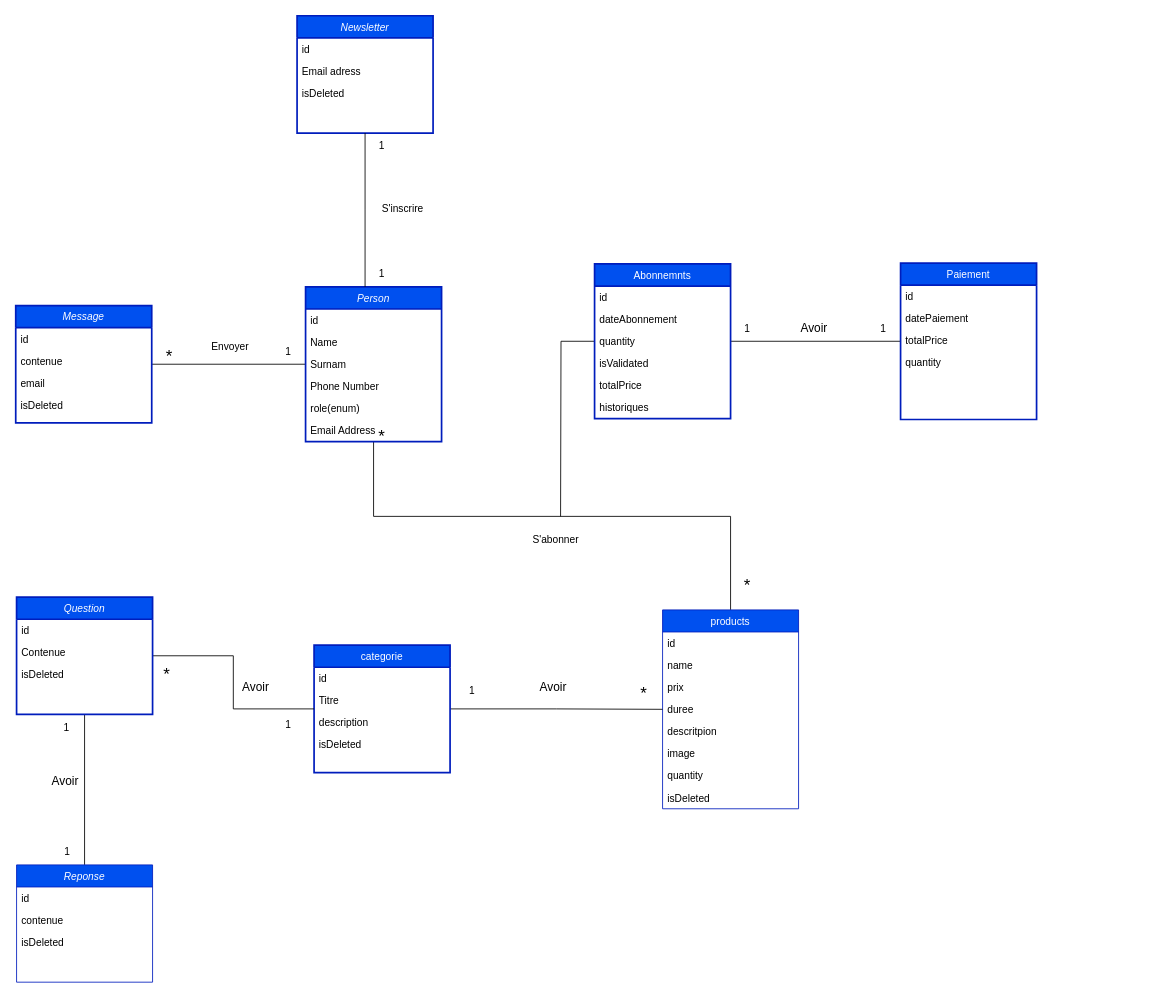
Earlier version of the draw.io diagram Diagramme sans nom.drawio (benbasse/Plateforme_streaming). Source tidied: cells renumbered, new cells numbered last; positions are measured from the earlier drawing's top-left corner, leaving out a move shared by most shapes. Both pictures are drawn from the tidied source at 85%, with x=0, y=0 at pixel (15, 15).
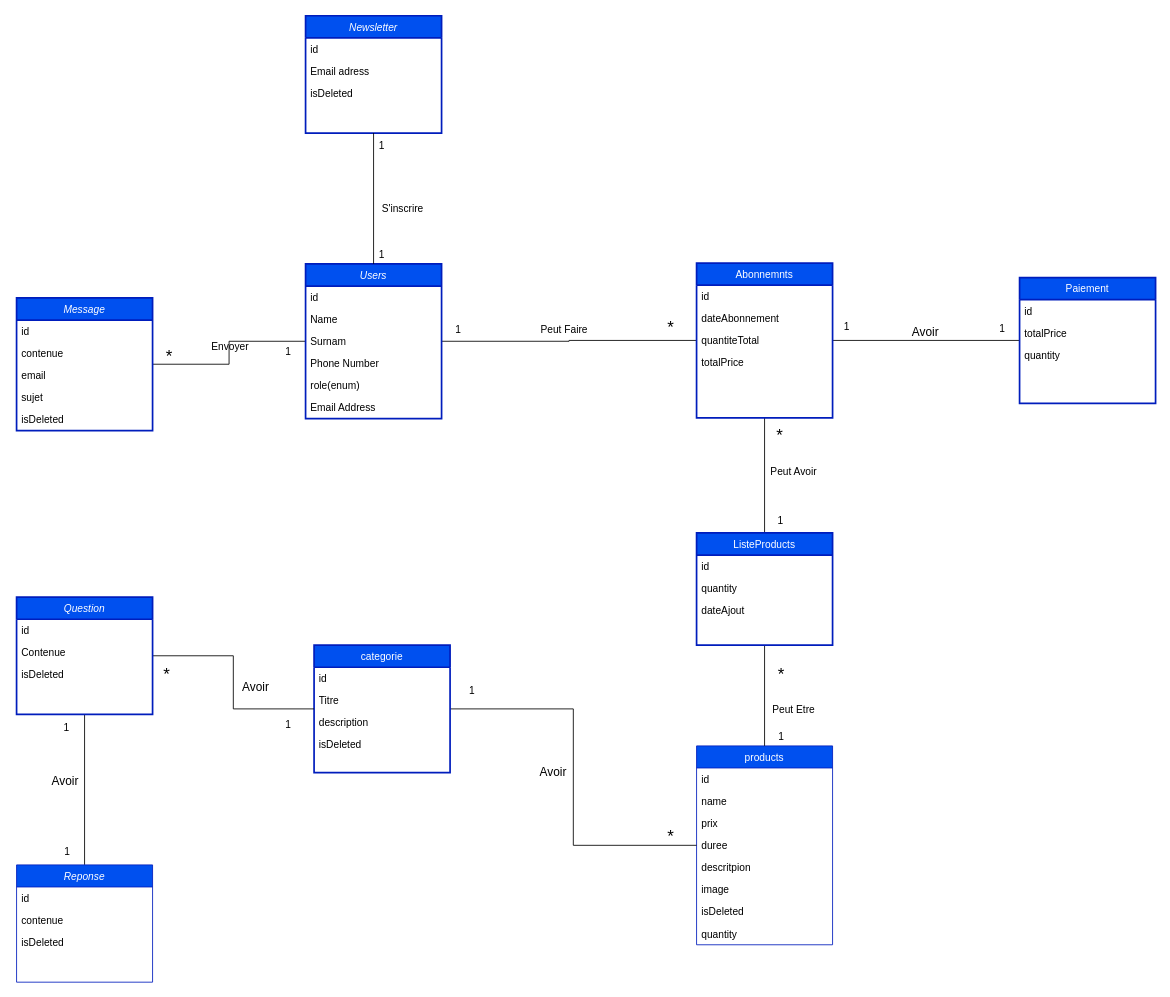
The same diagram, later.

Commit message:
Mettre à jour Diagramme sans nom.drawio

Diff of the diagram source:
```diff
@@
-    <mxCell id="3" style="edgeStyle=orthogonalEdgeStyle;rounded=0;jettySize=auto;html=1;endArrow=none;endFill=0;" parent="1" edge="1" source="4" target="11">
-      <mxGeometry relative="1" as="geometry">
-        <Array as="points">
-          <mxPoint x="421" y="589" />
-          <mxPoint x="841" y="589" />
-        </Array>
-      </mxGeometry>
-    </mxCell>
+    <mxCell id="81" style="edgeStyle=orthogonalEdgeStyle;rounded=0;jettySize=auto;html=1;endArrow=none;endFill=0;" parent="1" edge="1" source="4" target="22">
+      <mxGeometry relative="1" as="geometry" />
+    </mxCell>
-    <mxCell id="4" value="Person" style="swimlane;fontStyle=2;align=center;verticalAlign=top;horizontal=1;startSize=26;rounded=0;shadow=0;strokeWidth=2;fillColor=#0050ef;fontColor=#ffffff;strokeColor=#001DBC;" parent="1" vertex="1">
-      <mxGeometry x="341" y="319" width="160" height="182" as="geometry" />
+    <mxCell id="4" value="Users" style="swimlane;fontStyle=2;align=center;verticalAlign=top;horizontal=1;startSize=26;rounded=0;shadow=0;strokeWidth=2;fillColor=#0050ef;fontColor=#ffffff;strokeColor=#001DBC;" parent="1" vertex="1">
+      <mxGeometry x="341" y="292" width="160" height="182" as="geometry" />
     </mxCell>
@@
     <mxCell id="11" value="products" style="swimlane;fontStyle=0;align=center;verticalAlign=top;horizontal=1;startSize=26;rounded=0;shadow=0;strokeWidth=1;fillColor=#0050ef;fontColor=#ffffff;strokeColor=#001DBC;" parent="1" vertex="1">
-      <mxGeometry x="761" y="699" width="160" height="234" as="geometry" />
+      <mxGeometry x="801" y="859" width="160" height="234" as="geometry" />
     </mxCell>
@@
-    <mxCell id="18" value="quantity" style="text;align=left;verticalAlign=top;spacingLeft=4;spacingRight=4;overflow=hidden;" parent="11" vertex="1">
-      <mxGeometry y="182" width="160" height="26" as="geometry" />
-    </mxCell>
     <mxCell id="19" value="isDeleted" style="text;align=left;verticalAlign=top;spacingLeft=4;spacingRight=4;overflow=hidden;rounded=0;shadow=0;html=0;" parent="11" vertex="1">
-      <mxGeometry y="208" width="160" height="26" as="geometry" />
+      <mxGeometry y="182" width="160" height="26" as="geometry" />
     </mxCell>
-    <mxCell id="20" style="edgeStyle=orthogonalEdgeStyle;rounded=0;jettySize=auto;html=1;endArrow=none;endFill=0;" parent="1" edge="1" source="22">
-      <mxGeometry relative="1" as="geometry">
-        <mxPoint x="641" y="589" as="targetPoint" />
-      </mxGeometry>
-    </mxCell>
+    <mxCell id="82" value="quantity" style="text;align=left;verticalAlign=top;spacingLeft=4;spacingRight=4;overflow=hidden;rounded=0;shadow=0;html=0;" parent="11" vertex="1">
+      <mxGeometry y="208" width="160" height="26" as="geometry" />
+    </mxCell>
@@
+    <mxCell id="83" style="edgeStyle=orthogonalEdgeStyle;rounded=0;jettySize=auto;html=1;endArrow=none;endFill=0;" parent="1" edge="1" source="22" target="86">
+      <mxGeometry relative="1" as="geometry" />
+    </mxCell>
     <mxCell id="22" value="Abonnemnts" style="swimlane;fontStyle=0;align=center;verticalAlign=top;horizontal=1;startSize=26;rounded=0;shadow=0;strokeWidth=2;fillColor=#0050ef;fontColor=#ffffff;strokeColor=#001DBC;" parent="1" vertex="1">
-      <mxGeometry x="681" y="292" width="160" height="182" as="geometry" />
+      <mxGeometry x="801" y="291" width="160" height="182" as="geometry" />
     </mxCell>
@@
-    <mxCell id="25" value="quantity" style="text;align=left;verticalAlign=top;spacingLeft=4;spacingRight=4;overflow=hidden;rounded=0;shadow=0;html=0;" parent="22" vertex="1">
+    <mxCell id="25" value="quantiteTotal" style="text;align=left;verticalAlign=top;spacingLeft=4;spacingRight=4;overflow=hidden;rounded=0;shadow=0;html=0;" parent="22" vertex="1">
       <mxGeometry y="78" width="160" height="26" as="geometry" />
     </mxCell>
-    <mxCell id="26" value="isValidated" style="text;align=left;verticalAlign=top;spacingLeft=4;spacingRight=4;overflow=hidden;rounded=0;shadow=0;html=0;" parent="22" vertex="1">
-      <mxGeometry y="104" width="160" height="26" as="geometry" />
-    </mxCell>
     <mxCell id="27" value="totalPrice" style="text;align=left;verticalAlign=top;spacingLeft=4;spacingRight=4;overflow=hidden;rounded=0;shadow=0;html=0;" parent="22" vertex="1">
-      <mxGeometry y="130" width="160" height="26" as="geometry" />
+      <mxGeometry y="104" width="160" height="26" as="geometry" />
     </mxCell>
-    <mxCell id="28" value="historiques &#10;&#10;" style="text;align=left;verticalAlign=top;spacingLeft=4;spacingRight=4;overflow=hidden;rounded=0;shadow=0;html=0;" parent="22" vertex="1">
-      <mxGeometry y="156" width="160" height="26" as="geometry" />
-    </mxCell>
     <mxCell id="29" value="&lt;font style=&quot;font-size: 20px;&quot;&gt;*&lt;/font&gt;" style="text;html=1;align=center;verticalAlign=middle;whiteSpace=wrap;rounded=0;" parent="1" vertex="1">
-      <mxGeometry x="831" y="654" width="60" height="30" as="geometry" />
+      <mxGeometry x="871" y="759" width="60" height="30" as="geometry" />
     </mxCell>
-    <mxCell id="30" value="&lt;font style=&quot;font-size: 20px;&quot;&gt;*&lt;/font&gt;" style="text;html=1;align=center;verticalAlign=middle;whiteSpace=wrap;rounded=0;" parent="1" vertex="1">
-      <mxGeometry x="401" y="479" width="60" height="30" as="geometry" />
+    <mxCell id="30" value="1" style="text;html=1;align=center;verticalAlign=middle;whiteSpace=wrap;rounded=0;" parent="1" vertex="1">
+      <mxGeometry x="491" y="355" width="60" height="30" as="geometry" />
     </mxCell>
     <mxCell id="31" value="Paiement" style="swimlane;fontStyle=0;align=center;verticalAlign=top;horizontal=1;startSize=26;rounded=0;shadow=0;strokeWidth=2;fillColor=#0050ef;fontColor=#ffffff;strokeColor=#001DBC;" parent="1" vertex="1">
-      <mxGeometry x="1041" y="291" width="160" height="184" as="geometry" />
+      <mxGeometry x="1181" y="308" width="160" height="148" as="geometry" />
     </mxCell>
@@
-    <mxCell id="33" value="datePaiement" style="text;align=left;verticalAlign=top;spacingLeft=4;spacingRight=4;overflow=hidden;rounded=0;shadow=0;html=0;" parent="31" vertex="1">
-      <mxGeometry y="52" width="160" height="26" as="geometry" />
-    </mxCell>
     <mxCell id="34" value="totalPrice" style="text;align=left;verticalAlign=top;spacingLeft=4;spacingRight=4;overflow=hidden;rounded=0;shadow=0;html=0;" parent="31" vertex="1">
-      <mxGeometry y="78" width="160" height="26" as="geometry" />
+      <mxGeometry y="52" width="160" height="26" as="geometry" />
     </mxCell>
     <mxCell id="35" value="quantity" style="text;align=left;verticalAlign=top;spacingLeft=4;spacingRight=4;overflow=hidden;rounded=0;shadow=0;html=0;" parent="31" vertex="1">
-      <mxGeometry y="104" width="160" height="26" as="geometry" />
+      <mxGeometry y="78" width="160" height="26" as="geometry" />
     </mxCell>
-    <mxCell id="36" value="S'abonner" style="text;html=1;align=center;verticalAlign=middle;labelBackgroundColor=none;rounded=0;shadow=0;strokeWidth=1;fontSize=12;" parent="1" vertex="1">
-      <mxGeometry x="621" y="619" as="geometry">
+    <mxCell id="36" value="Peut Avoir" style="text;html=1;align=center;verticalAlign=middle;labelBackgroundColor=none;rounded=0;shadow=0;strokeWidth=1;fontSize=12;" parent="1" vertex="1">
+      <mxGeometry x="901" y="539" as="geometry">
         <mxPoint x="13" y="-3" as="offset" />
       </mxGeometry>
     </mxCell>
@@
     <mxCell id="43" value="&lt;font style=&quot;font-size: 20px;&quot;&gt;*&lt;/font&gt;" style="text;html=1;align=center;verticalAlign=middle;whiteSpace=wrap;rounded=0;" parent="1" vertex="1">
-      <mxGeometry x="709" y="781" width="60" height="30" as="geometry" />
+      <mxGeometry x="741" y="949" width="60" height="30" as="geometry" />
     </mxCell>
@@
     <mxCell id="45" value="Message" style="swimlane;fontStyle=2;align=center;verticalAlign=top;horizontal=1;startSize=26;rounded=0;shadow=0;strokeWidth=2;fillColor=#0050ef;fontColor=#ffffff;strokeColor=#001DBC;" parent="1" vertex="1">
-      <mxGeometry y="341" width="160" height="138" as="geometry" />
+      <mxGeometry x="1" y="332" width="160" height="156" as="geometry" />
     </mxCell>
@@
+    <mxCell id="84" value="sujet" style="text;align=left;verticalAlign=top;spacingLeft=4;spacingRight=4;overflow=hidden;rounded=0;shadow=0;html=0;" parent="45" vertex="1">
+      <mxGeometry y="104" width="160" height="26" as="geometry" />
+    </mxCell>
     <mxCell id="49" value="isDeleted" style="text;align=left;verticalAlign=top;spacingLeft=4;spacingRight=4;overflow=hidden;rounded=0;shadow=0;html=0;" parent="45" vertex="1">
-      <mxGeometry y="104" width="160" height="26" as="geometry" />
+      <mxGeometry y="130" width="160" height="26" as="geometry" />
     </mxCell>
@@
     <mxCell id="64" value="1" style="text;html=1;align=center;verticalAlign=middle;whiteSpace=wrap;rounded=0;" parent="1" vertex="1">
-      <mxGeometry x="831" y="353" width="60" height="30" as="geometry" />
+      <mxGeometry x="948" y="351" width="60" height="30" as="geometry" />
     </mxCell>
     <mxCell id="65" value="1" style="text;html=1;align=center;verticalAlign=middle;whiteSpace=wrap;rounded=0;" parent="1" vertex="1">
-      <mxGeometry x="991" y="353" width="60" height="30" as="geometry" />
+      <mxGeometry x="1131" y="353" width="60" height="30" as="geometry" />
     </mxCell>
     <mxCell id="66" value="&lt;font style=&quot;font-size: 14px;&quot;&gt;Avoir&lt;/font&gt;" style="text;html=1;align=center;verticalAlign=middle;labelBackgroundColor=none;rounded=0;shadow=0;strokeWidth=1;fontSize=12;" parent="1" vertex="1">
-      <mxGeometry x="942" y="361" as="geometry">
-        <mxPoint x="-4" y="6" as="offset" />
+      <mxGeometry x="1041" y="368" as="geometry">
+        <mxPoint x="28" y="3" as="offset" />
       </mxGeometry>
     </mxCell>
     <mxCell id="67" value="&lt;font style=&quot;font-size: 14px;&quot;&gt;Avoir&lt;/font&gt;" style="text;html=1;align=center;verticalAlign=middle;labelBackgroundColor=none;rounded=0;shadow=0;strokeWidth=1;fontSize=12;" parent="1" vertex="1">
-      <mxGeometry x="1141" y="449" as="geometry">
+      <mxGeometry x="1141" y="549" as="geometry">
         <mxPoint x="-510" y="340" as="offset" />
       </mxGeometry>
     </mxCell>
@@
     <mxCell id="71" value="Newsletter" style="swimlane;fontStyle=2;align=center;verticalAlign=top;horizontal=1;startSize=26;rounded=0;shadow=0;strokeWidth=2;fillColor=#0050ef;fontColor=#ffffff;strokeColor=#001DBC;" parent="1" vertex="1">
-      <mxGeometry x="331" width="160" height="138" as="geometry" />
+      <mxGeometry x="341" width="160" height="138" as="geometry" />
     </mxCell>
@@
-    <mxCell id="75" style="edgeStyle=orthogonalEdgeStyle;rounded=0;jettySize=auto;html=1;endArrow=none;endFill=0;" parent="1" edge="1" source="71">
-      <mxGeometry relative="1" as="geometry">
-        <mxPoint x="411" y="319" as="targetPoint" />
-      </mxGeometry>
+    <mxCell id="75" style="edgeStyle=orthogonalEdgeStyle;rounded=0;jettySize=auto;html=1;endArrow=none;endFill=0;" parent="1" edge="1" source="71" target="4">
+      <mxGeometry relative="1" as="geometry" />
     </mxCell>
@@
     <mxCell id="78" value="1" style="text;html=1;align=center;verticalAlign=middle;whiteSpace=wrap;rounded=0;" parent="1" vertex="1">
-      <mxGeometry x="401" y="289" width="60" height="30" as="geometry" />
+      <mxGeometry x="401" y="266" width="60" height="30" as="geometry" />
     </mxCell>
@@
+    <mxCell id="85" style="edgeStyle=orthogonalEdgeStyle;rounded=0;jettySize=auto;html=1;endArrow=none;endFill=0;" parent="1" edge="1" source="86" target="11">
+      <mxGeometry relative="1" as="geometry" />
+    </mxCell>
+    <mxCell id="86" value="ListeProducts" style="swimlane;fontStyle=0;align=center;verticalAlign=top;horizontal=1;startSize=26;rounded=0;shadow=0;strokeWidth=2;fillColor=#0050ef;fontColor=#ffffff;strokeColor=#001DBC;" parent="1" vertex="1">
+      <mxGeometry x="801" y="608.5" width="160" height="132" as="geometry" />
+    </mxCell>
+    <mxCell id="87" value="id" style="text;align=left;verticalAlign=top;spacingLeft=4;spacingRight=4;overflow=hidden;" parent="86" vertex="1">
+      <mxGeometry y="26" width="160" height="26" as="geometry" />
+    </mxCell>
+    <mxCell id="88" value="quantity" style="text;align=left;verticalAlign=top;spacingLeft=4;spacingRight=4;overflow=hidden;rounded=0;shadow=0;html=0;" parent="86" vertex="1">
+      <mxGeometry y="52" width="160" height="26" as="geometry" />
+    </mxCell>
+    <mxCell id="89" value="dateAjout" style="text;align=left;verticalAlign=top;spacingLeft=4;spacingRight=4;overflow=hidden;rounded=0;shadow=0;html=0;" parent="86" vertex="1">
+      <mxGeometry y="78" width="160" height="26" as="geometry" />
+    </mxCell>
+    <mxCell id="90" value="1" style="text;html=1;align=center;verticalAlign=middle;whiteSpace=wrap;rounded=0;" parent="1" vertex="1">
+      <mxGeometry x="871" y="833" width="60" height="30" as="geometry" />
+    </mxCell>
+    <mxCell id="91" value="Peut Etre" style="text;html=1;align=center;verticalAlign=middle;labelBackgroundColor=none;rounded=0;shadow=0;strokeWidth=1;fontSize=12;" parent="1" vertex="1">
+      <mxGeometry x="901" y="819" as="geometry">
+        <mxPoint x="13" y="-3" as="offset" />
+      </mxGeometry>
+    </mxCell>
+    <mxCell id="92" value="&lt;font style=&quot;font-size: 20px;&quot;&gt;*&lt;/font&gt;" style="text;html=1;align=center;verticalAlign=middle;whiteSpace=wrap;rounded=0;" parent="1" vertex="1">
+      <mxGeometry x="741" y="351" width="60" height="30" as="geometry" />
+    </mxCell>
+    <mxCell id="93" value="1" style="text;html=1;align=center;verticalAlign=middle;whiteSpace=wrap;rounded=0;" parent="1" vertex="1">
+      <mxGeometry x="870" y="578.5" width="60" height="30" as="geometry" />
+    </mxCell>
+    <mxCell id="94" value="&lt;font style=&quot;font-size: 20px;&quot;&gt;*&lt;/font&gt;" style="text;html=1;align=center;verticalAlign=middle;whiteSpace=wrap;rounded=0;" parent="1" vertex="1">
+      <mxGeometry x="869" y="478" width="60" height="30" as="geometry" />
+    </mxCell>
+    <mxCell id="95" value="Peut Faire" style="text;html=1;align=center;verticalAlign=middle;labelBackgroundColor=none;rounded=0;shadow=0;strokeWidth=1;fontSize=12;" parent="1" vertex="1">
+      <mxGeometry x="631" y="372" as="geometry">
+        <mxPoint x="13" y="-3" as="offset" />
+      </mxGeometry>
+    </mxCell>
```
